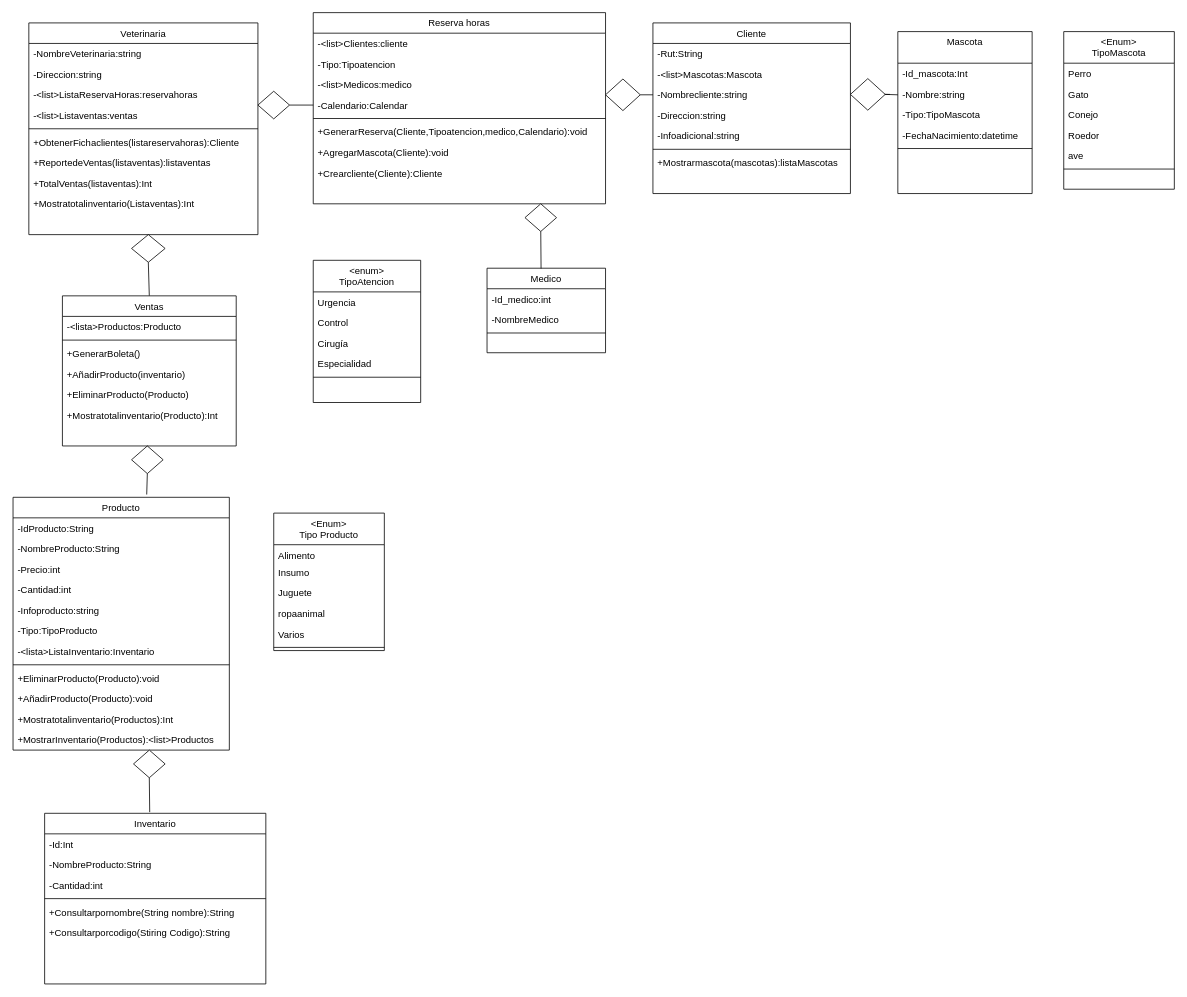
JoseFredes/vetlover keeps this draw.io diagram as Untitled Diagram.drawio. Above is the earlier version. Source tidied: cells renumbered, new cells numbered last; positions are measured from the earlier drawing's top-left corner, leaving out a move shared by most shapes. Both pictures are drawn from the tidied source at 79%, with x=0, y=0 at pixel (13, 12).
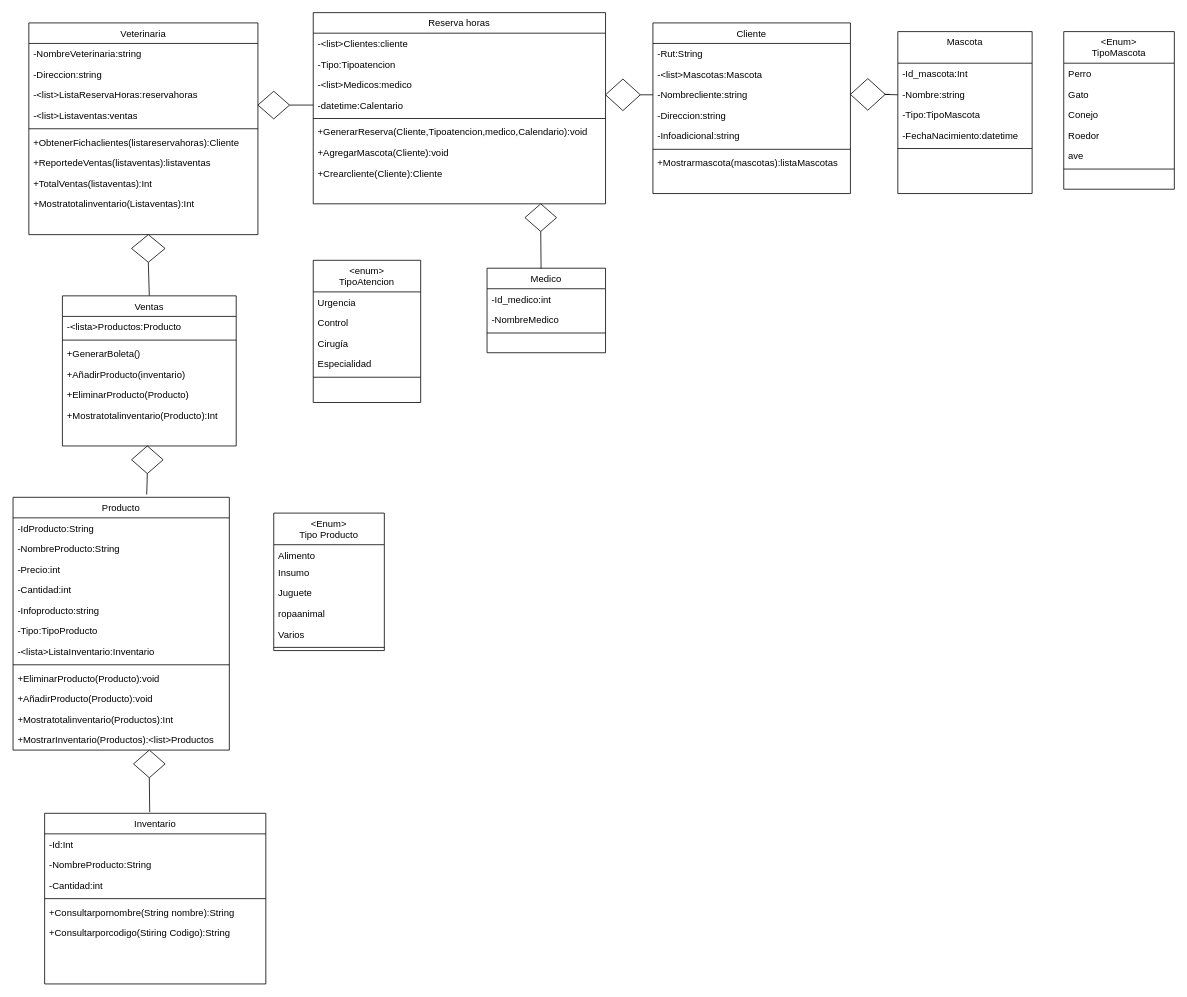
The same diagram, later.

The change refers to these unchanged cells:
```xml
<mxCell id="65" value="Reserva horas" style="swimlane;fontStyle=0;align=center;verticalAlign=top;horizontal=1;startSize=26;rounded=0;shadow=0;strokeWidth=1;" parent="1" vertex="1">
  <mxGeometry x="380" y="0.5" width="370" height="242" as="geometry" />
</mxCell>
```

The edit, as a diff of the source:
```diff
@@
-    <mxCell id="69" value="-Calendario:Calendar" style="text;align=left;verticalAlign=top;spacingLeft=4;spacingRight=4;overflow=hidden;points=[[0,0.5],[1,0.5]];portConstraint=eastwest;rounded=0;shadow=0;html=0;" parent="65" vertex="1">
+    <mxCell id="69" value="-datetime:Calentario" style="text;align=left;verticalAlign=top;spacingLeft=4;spacingRight=4;overflow=hidden;points=[[0,0.5],[1,0.5]];portConstraint=eastwest;rounded=0;shadow=0;html=0;" parent="65" vertex="1">
       <mxGeometry y="104" width="370" height="26" as="geometry" />
     </mxCell>
```
